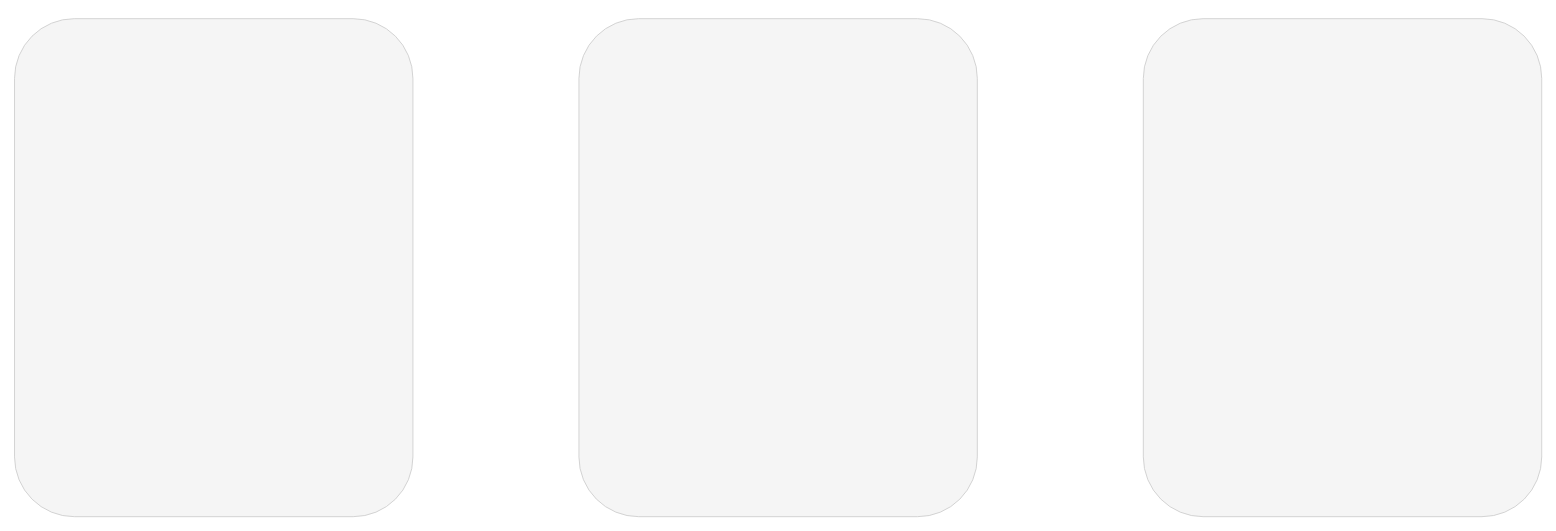
The draw.io diagram platform-iframe-hld.drawio in ssharifdev/draw.io, before the edit. Source tidied: cells renumbered, new cells numbered last; positions are measured from the earlier drawing's top-left corner, leaving out a move shared by most shapes. Both pictures are drawn from the tidied source at 83%, with x=0, y=0 at pixel (14, 18).
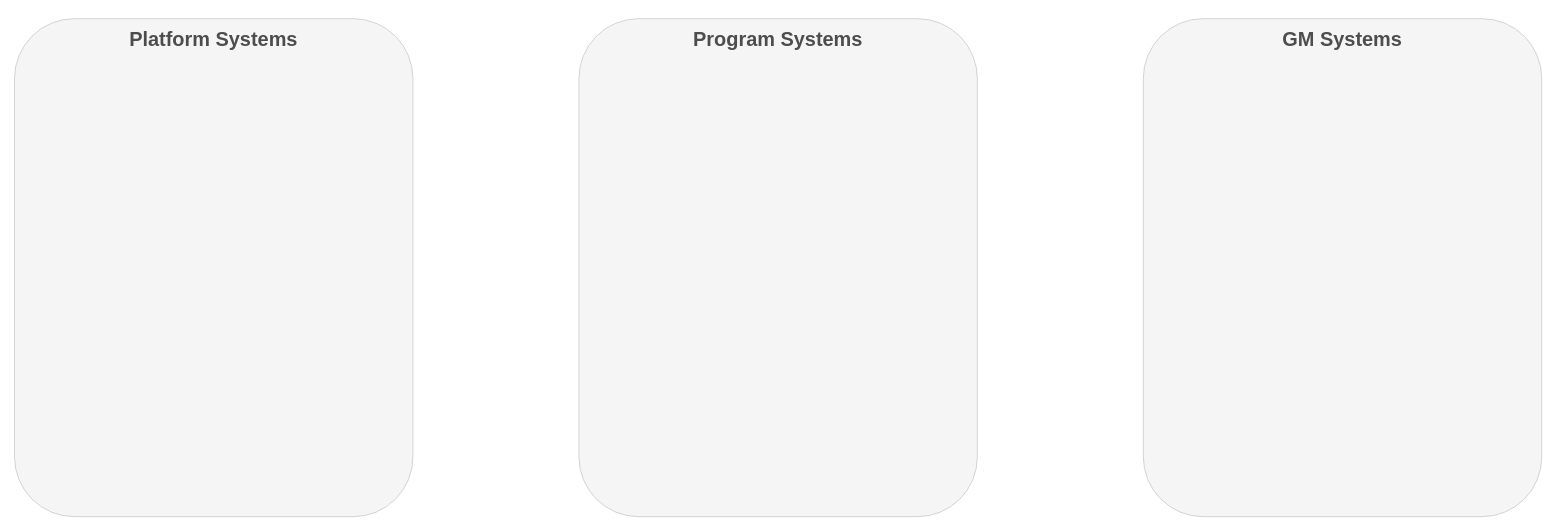
The same page after the edit.

Change to the diagram source:
```diff
@@
 <mxGraphModel>
   <root>
     <mxCell id="0" />
     <mxCell id="1" parent="0" />
     <mxCell id="2" style="rounded=1;whiteSpace=wrap;html=1;fillColor=#f5f5f5;fontColor=#333333;strokeColor=#CCCCCC;" parent="1" vertex="1">
       <mxGeometry width="480" height="600" as="geometry" />
     </mxCell>
     <mxCell id="3" style="rounded=1;whiteSpace=wrap;html=1;fillColor=#f5f5f5;fontColor=#333333;strokeColor=#CCCCCC;" parent="1" vertex="1">
       <mxGeometry x="680" width="480" height="600" as="geometry" />
     </mxCell>
     <mxCell id="4" style="rounded=1;whiteSpace=wrap;html=1;fillColor=#f5f5f5;fontColor=#333333;strokeColor=#CCCCCC;" parent="1" vertex="1">
       <mxGeometry x="1360" width="480" height="600" as="geometry" />
     </mxCell>
+    <mxCell id="5" value="&lt;h1&gt;&lt;b&gt;Platform Systems&lt;/b&gt;&lt;/h1&gt;" style="text;html=1;align=center;verticalAlign=middle;whiteSpace=wrap;rounded=0;fontColor=#4D4D4D;" parent="1" vertex="1">
+      <mxGeometry x="105" y="10" width="270" height="30" as="geometry" />
+    </mxCell>
+    <mxCell id="6" value="&lt;h1&gt;&lt;b&gt;Program Systems&lt;/b&gt;&lt;/h1&gt;" style="text;html=1;align=center;verticalAlign=middle;whiteSpace=wrap;rounded=0;fontColor=#4D4D4D;" parent="1" vertex="1">
+      <mxGeometry x="785" y="10" width="270" height="30" as="geometry" />
+    </mxCell>
+    <mxCell id="7" value="&lt;h1&gt;&lt;b&gt;GM Systems&lt;/b&gt;&lt;/h1&gt;" style="text;html=1;align=center;verticalAlign=middle;whiteSpace=wrap;rounded=0;fontColor=#4D4D4D;" parent="1" vertex="1">
+      <mxGeometry x="1465" y="10" width="270" height="30" as="geometry" />
+    </mxCell>
   </root>
 </mxGraphModel>
```
